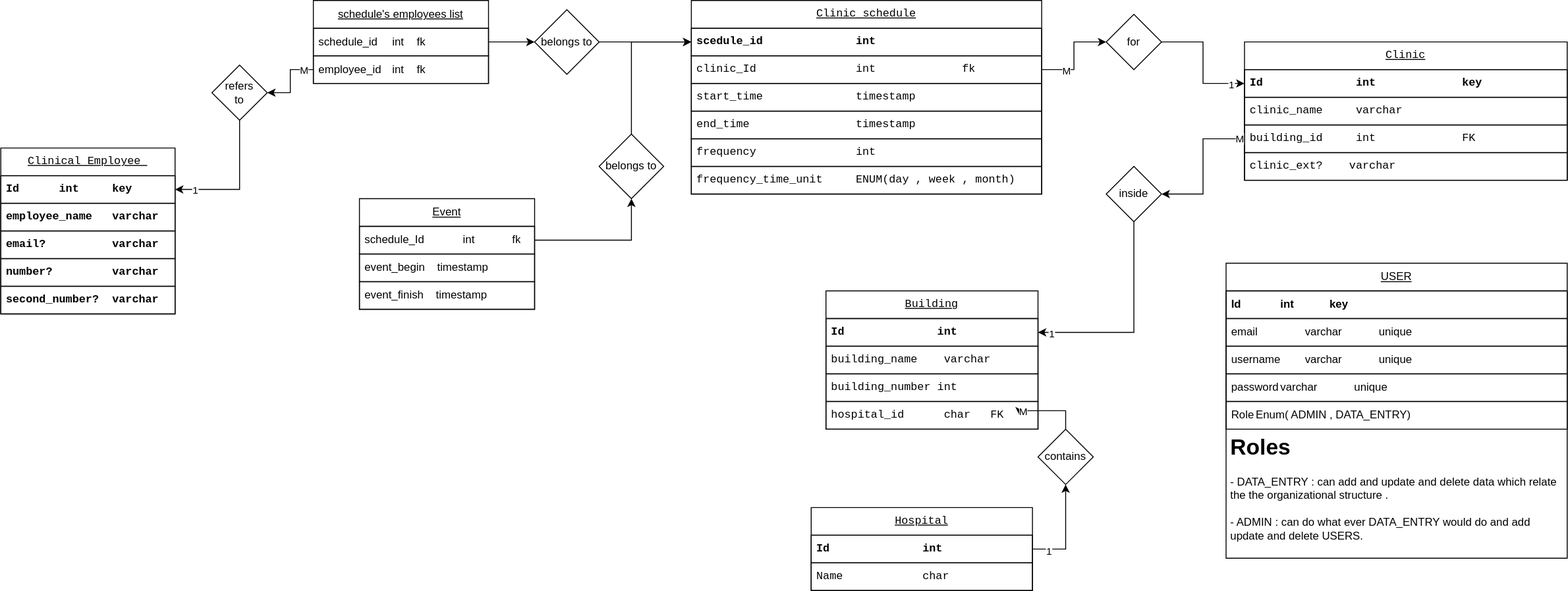
Above: etc/imgs/database.drawio.svg in Abdullah-Khawahir/clinics-schedules (draw.io), before the change. Source tidied: cells renumbered, new cells last; positions are measured from the earlier drawing's top-left corner, leaving out a move shared by most shapes.
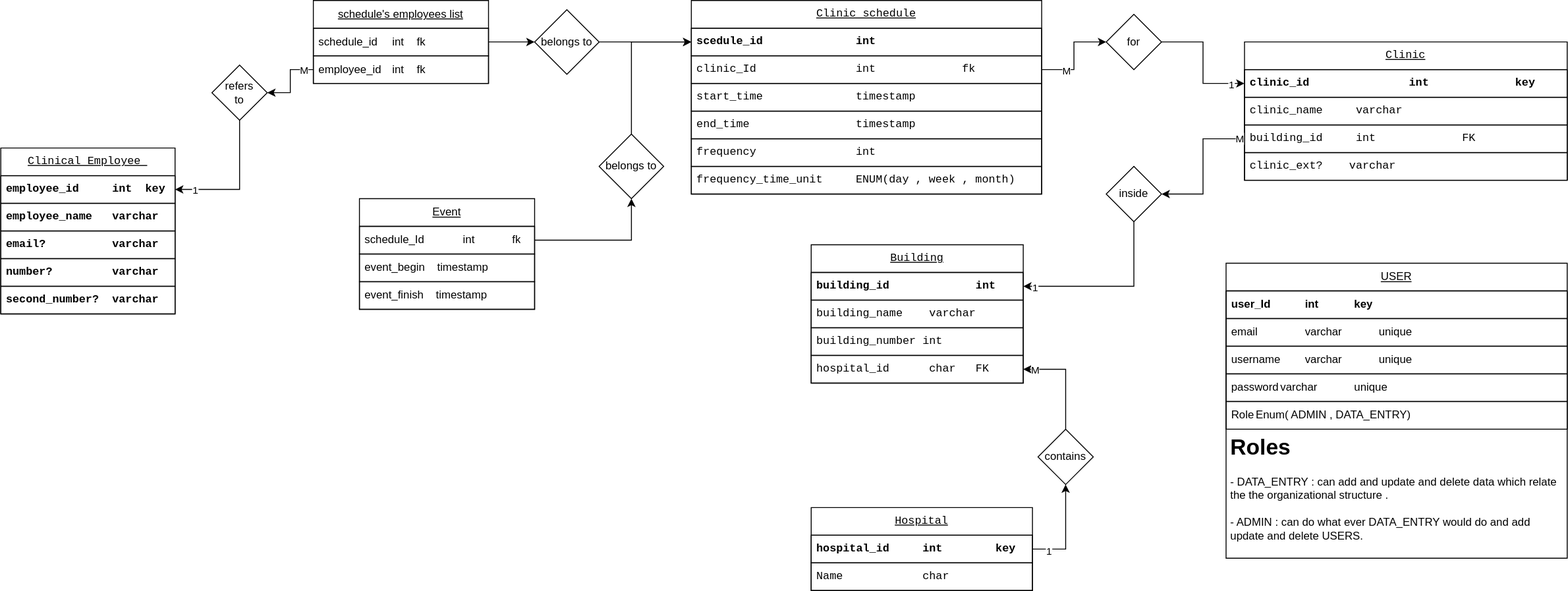
Later version of the same file.

Commit message:
changing id names database.drawio.svg

What changed in the source:
```diff
@@ -5,16 +5,16 @@
     <mxCell id="2" value="Hospital" style="swimlane;fontStyle=4;horizontal=1;startSize=30;whiteSpace=wrap;html=1;fontFamily=monospace;" parent="1" vertex="1">
       <mxGeometry x="879" y="550" width="240" height="90" as="geometry" />
     </mxCell>
-    <mxCell id="3" value="&lt;div&gt;Id&lt;span style=&quot;white-space: pre;&quot;&gt;&#9;&lt;/span&gt;&lt;span style=&quot;white-space: pre;&quot;&gt;&#9;&lt;/span&gt;int&lt;span style=&quot;white-space: pre;&quot;&gt;&#9;&lt;/span&gt;&lt;span style=&quot;white-space: pre;&quot;&gt;&#9;&lt;/span&gt;key&lt;/div&gt;" style="text;strokeColor=default;fillColor=none;align=left;verticalAlign=middle;spacingLeft=4;spacingRight=4;overflow=hidden;points=[[0,0.5],[1,0.5]];portConstraint=eastwest;whiteSpace=wrap;html=1;fontStyle=1;labelBorderColor=none;labelBackgroundColor=none;horizontal=1;spacingTop=0;fontFamily=monospace;" parent="2" vertex="1">
+    <mxCell id="3" value="&lt;div&gt;hospital_id&lt;span style=&quot;white-space: pre;&quot;&gt;&#9;&lt;/span&gt;int&lt;span style=&quot;&quot;&gt;&lt;span style=&quot;white-space: pre;&quot;&gt;&amp;nbsp;&amp;nbsp;&amp;nbsp;&amp;nbsp;&lt;/span&gt;&lt;/span&gt;&lt;span style=&quot;&quot;&gt;&lt;span style=&quot;white-space: pre;&quot;&gt;&amp;nbsp;&amp;nbsp;&amp;nbsp;&amp;nbsp;&lt;/span&gt;&lt;/span&gt;key&lt;/div&gt;" style="text;strokeColor=default;fillColor=none;align=left;verticalAlign=middle;spacingLeft=4;spacingRight=4;overflow=hidden;points=[[0,0.5],[1,0.5]];portConstraint=eastwest;whiteSpace=wrap;html=1;fontStyle=1;labelBorderColor=none;labelBackgroundColor=none;horizontal=1;spacingTop=0;fontFamily=monospace;" parent="2" vertex="1">
       <mxGeometry y="30" width="240" height="30" as="geometry" />
     </mxCell>
     <mxCell id="4" value="Name&lt;span style=&quot;white-space: pre;&quot;&gt;&#9;&lt;span style=&quot;white-space: pre;&quot;&gt;&#9;&lt;/span&gt;&lt;/span&gt;char" style="text;strokeColor=default;fillColor=none;align=left;verticalAlign=middle;spacingLeft=4;spacingRight=4;overflow=hidden;whiteSpace=wrap;html=1;fontFamily=monospace;" parent="2" vertex="1">
       <mxGeometry y="60" width="240" height="30" as="geometry" />
     </mxCell>
     <mxCell id="5" value="Building" style="swimlane;fontStyle=4;horizontal=1;startSize=30;whiteSpace=wrap;html=1;fontFamily=monospace;" parent="1" vertex="1">
-      <mxGeometry x="895" y="315" width="230" height="150" as="geometry" />
+      <mxGeometry x="879" y="265" width="230" height="150" as="geometry" />
     </mxCell>
-    <mxCell id="6" value="Id&lt;span style=&quot;white-space: pre;&quot;&gt;&#9;&lt;/span&gt;&lt;span style=&quot;white-space: pre;&quot;&gt;&#9;&lt;/span&gt;int&lt;span style=&quot;white-space: pre;&quot;&gt;&#9;&lt;/span&gt;&lt;span style=&quot;white-space: pre;&quot;&gt;&#9;&lt;/span&gt;key" style="text;strokeColor=default;fillColor=none;align=left;verticalAlign=middle;spacingLeft=4;spacingRight=4;overflow=hidden;points=[[0,0.5],[1,0.5]];portConstraint=eastwest;whiteSpace=wrap;html=1;fontStyle=1;labelBorderColor=none;labelBackgroundColor=none;horizontal=1;spacingTop=0;fontFamily=monospace;" parent="5" vertex="1">
+    <mxCell id="6" value="building_id&lt;span style=&quot;white-space: pre;&quot;&gt;&#9;&lt;/span&gt;&lt;span style=&quot;white-space: pre;&quot;&gt;&#9;&lt;/span&gt;int&lt;span style=&quot;white-space: pre;&quot;&gt;&#9;&lt;/span&gt;&lt;span style=&quot;white-space: pre;&quot;&gt;&#9;&lt;/span&gt;key" style="text;strokeColor=default;fillColor=none;align=left;verticalAlign=middle;spacingLeft=4;spacingRight=4;overflow=hidden;points=[[0,0.5],[1,0.5]];portConstraint=eastwest;whiteSpace=wrap;html=1;fontStyle=1;labelBorderColor=none;labelBackgroundColor=none;horizontal=1;spacingTop=0;fontFamily=monospace;" parent="5" vertex="1">
       <mxGeometry y="30" width="230" height="30" as="geometry" />
     </mxCell>
     <mxCell id="7" value="building_name&lt;span style=&quot;&quot;&gt;&lt;span style=&quot;white-space: pre;&quot;&gt;&amp;nbsp;&amp;nbsp;&amp;nbsp;&amp;nbsp;&lt;/span&gt;&lt;/span&gt;varchar" style="text;strokeColor=default;fillColor=none;align=left;verticalAlign=middle;spacingLeft=4;spacingRight=4;overflow=hidden;whiteSpace=wrap;html=1;fontFamily=monospace;" parent="5" vertex="1">
@@ -29,7 +29,7 @@
     <mxCell id="10" value="Clinic" style="swimlane;fontStyle=4;horizontal=1;startSize=30;whiteSpace=wrap;html=1;fontFamily=monospace;" parent="1" vertex="1">
       <mxGeometry x="1349" y="45" width="350" height="150" as="geometry" />
     </mxCell>
-    <mxCell id="11" value="Id&lt;span style=&quot;white-space: pre;&quot;&gt;&#9;&lt;/span&gt;&lt;span style=&quot;white-space: pre;&quot;&gt;&#9;&lt;/span&gt;int&lt;span style=&quot;white-space: pre;&quot;&gt;&#9;&lt;/span&gt;&lt;span style=&quot;white-space: pre;&quot;&gt;&#9;&lt;/span&gt;key" style="text;strokeColor=default;fillColor=none;align=left;verticalAlign=middle;spacingLeft=4;spacingRight=4;overflow=hidden;points=[[0,0.5],[1,0.5]];portConstraint=eastwest;whiteSpace=wrap;html=1;fontStyle=1;labelBorderColor=none;labelBackgroundColor=none;horizontal=1;spacingTop=0;fontFamily=monospace;" parent="10" vertex="1">
+    <mxCell id="11" value="clinic_id&lt;span style=&quot;white-space: pre;&quot;&gt;&#9;&lt;/span&gt;&lt;span style=&quot;white-space: pre;&quot;&gt;&#9;&lt;/span&gt;int&lt;span style=&quot;white-space: pre;&quot;&gt;&#9;&lt;/span&gt;&lt;span style=&quot;white-space: pre;&quot;&gt;&#9;&lt;/span&gt;key" style="text;strokeColor=default;fillColor=none;align=left;verticalAlign=middle;spacingLeft=4;spacingRight=4;overflow=hidden;points=[[0,0.5],[1,0.5]];portConstraint=eastwest;whiteSpace=wrap;html=1;fontStyle=1;labelBorderColor=none;labelBackgroundColor=none;horizontal=1;spacingTop=0;fontFamily=monospace;" parent="10" vertex="1">
       <mxGeometry y="30" width="350" height="30" as="geometry" />
     </mxCell>
     <mxCell id="12" value="clinic_name&lt;span style=&quot;white-space: pre;&quot;&gt;&#9;&lt;/span&gt;varchar" style="text;strokeColor=default;fillColor=none;align=left;verticalAlign=middle;spacingLeft=4;spacingRight=4;overflow=hidden;whiteSpace=wrap;html=1;fontFamily=monospace;" parent="10" vertex="1">
@@ -44,7 +44,7 @@
     <mxCell id="15" value="Clinical Employee&amp;nbsp; " style="swimlane;fontStyle=4;horizontal=1;startSize=30;whiteSpace=wrap;html=1;fontFamily=monospace;" parent="1" vertex="1">
       <mxGeometry y="160" width="189" height="180" as="geometry" />
     </mxCell>
-    <mxCell id="16" value="Id&lt;span style=&quot;white-space: pre;&quot;&gt;&#9;&lt;/span&gt;int&lt;span style=&quot;white-space: pre;&quot;&gt;&#9;&lt;/span&gt;key" style="text;strokeColor=default;fillColor=none;align=left;verticalAlign=middle;spacingLeft=4;spacingRight=4;overflow=hidden;points=[[0,0.5],[1,0.5]];portConstraint=eastwest;whiteSpace=wrap;html=1;fontStyle=1;labelBorderColor=none;labelBackgroundColor=none;horizontal=1;spacingTop=0;fontFamily=monospace;" parent="15" vertex="1">
+    <mxCell id="16" value="employee_id&lt;span style=&quot;white-space: pre;&quot;&gt;&#9;&lt;/span&gt;int&amp;nbsp; key" style="text;strokeColor=default;fillColor=none;align=left;verticalAlign=middle;spacingLeft=4;spacingRight=4;overflow=hidden;points=[[0,0.5],[1,0.5]];portConstraint=eastwest;whiteSpace=wrap;html=1;fontStyle=1;labelBorderColor=none;labelBackgroundColor=none;horizontal=1;spacingTop=0;fontFamily=monospace;" parent="15" vertex="1">
       <mxGeometry y="30" width="189" height="30" as="geometry" />
     </mxCell>
     <mxCell id="17" value="employee_name&lt;span style=&quot;white-space: pre;&quot;&gt;&lt;span style=&quot;white-space: pre;&quot;&gt;&#9;&lt;/span&gt;varchar&#9;&lt;/span&gt;" style="text;strokeColor=default;fillColor=none;align=left;verticalAlign=middle;spacingLeft=4;spacingRight=4;overflow=hidden;whiteSpace=wrap;html=1;fontStyle=1;labelBorderColor=none;labelBackgroundColor=none;horizontal=1;spacingTop=0;fontFamily=monospace;" parent="15" vertex="1">
@@ -125,18 +125,10 @@
     <mxCell id="42" value="for" style="rhombus;whiteSpace=wrap;html=1;" parent="1" vertex="1">
       <mxGeometry x="1199" y="15" width="60" height="60" as="geometry" />
     </mxCell>
-    <mxCell id="43" style="edgeStyle=orthogonalEdgeStyle;rounded=0;jettySize=auto;html=1;entryX=0.5;entryY=1;entryDx=0;entryDy=0;endArrow=none;endFill=0;" parent="1" edge="1" target="x">
-      <mxGeometry relative="1" as="geometry">
-        <mxPoint y="400" as="sourcePoint" />
-      </mxGeometry>
-    </mxCell>
-    <mxCell id="44" value="1" style="edgeLabel;html=1;align=center;verticalAlign=middle;" parent="43" vertex="1">
-      <mxGeometry x="-0.84" relative="1" as="geometry" />
-    </mxCell>
     <mxCell id="45" value="USER" style="swimlane;fontStyle=4;horizontal=1;startSize=30;whiteSpace=wrap;html=1;" parent="1" vertex="1">
       <mxGeometry x="1329" y="285" width="370" height="320" as="geometry" />
     </mxCell>
-    <mxCell id="46" value="&lt;div&gt;Id&lt;span style=&quot;white-space: pre;&quot;&gt;&#9;&lt;/span&gt;&lt;span style=&quot;white-space: pre;&quot;&gt;&#9;&lt;/span&gt;int&lt;span style=&quot;white-space: pre;&quot;&gt;&#9;&lt;/span&gt;&lt;span style=&quot;white-space: pre;&quot;&gt;&#9;&lt;/span&gt;key&lt;/div&gt;" style="text;strokeColor=default;fillColor=none;align=left;verticalAlign=middle;spacingLeft=4;spacingRight=4;overflow=hidden;whiteSpace=wrap;html=1;fontStyle=1;labelBorderColor=none;labelBackgroundColor=none;horizontal=1;spacingTop=0;" parent="45" vertex="1">
+    <mxCell id="46" value="user_Id&lt;span style=&quot;white-space: pre;&quot;&gt;&#9;&lt;/span&gt;&lt;span style=&quot;white-space: pre;&quot;&gt;&#9;&lt;/span&gt;int&lt;span style=&quot;white-space: pre;&quot;&gt;&#9;&lt;/span&gt;&lt;span style=&quot;white-space: pre;&quot;&gt;&#9;&lt;/span&gt;key" style="text;strokeColor=default;fillColor=none;align=left;verticalAlign=middle;spacingLeft=4;spacingRight=4;overflow=hidden;whiteSpace=wrap;html=1;fontStyle=1;labelBorderColor=none;labelBackgroundColor=none;horizontal=1;spacingTop=0;" parent="45" vertex="1">
       <mxGeometry y="30" width="370" height="30" as="geometry" />
     </mxCell>
     <mxCell id="47" value="email&lt;span style=&quot;white-space: pre;&quot;&gt;&lt;span style=&quot;white-space: pre;&quot;&gt;&#9;&lt;/span&gt;&lt;span style=&quot;white-space: pre;&quot;&gt;&#9;&lt;/span&gt;varchar&lt;/span&gt;&lt;span style=&quot;white-space: pre;&quot;&gt;&#9;&lt;/span&gt;&lt;span style=&quot;white-space: pre;&quot;&gt;&#9;&lt;/span&gt;unique" style="text;strokeColor=default;fillColor=none;align=left;verticalAlign=middle;spacingLeft=4;spacingRight=4;overflow=hidden;whiteSpace=wrap;html=1;" parent="45" vertex="1">
```
